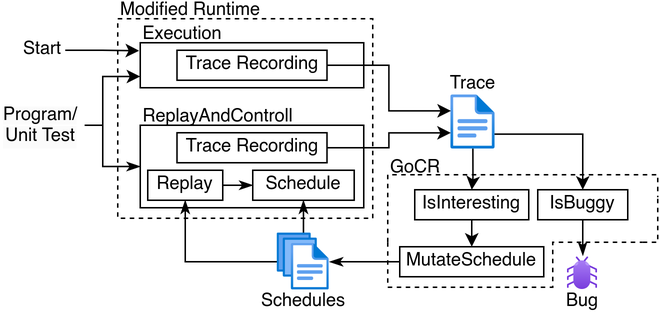
Before: doc/img/architecture/architecture.png, a diagram exported from draw.io (ErikKassubek/ADVOCATE). Source tidied: cells renumbered, new cells last; positions are measured from the earlier drawing's top-left corner, leaving out a move shared by most shapes.
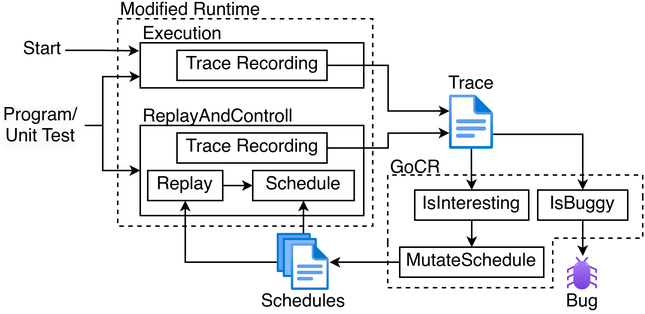
The same file after the commit.

Diff of the diagram source:
```diff
@@ -3,12 +3,12 @@
     <mxCell id="0" />
     <mxCell id="1" parent="0" />
     <mxCell id="2" style="rounded=0;whiteSpace=wrap;html=1;dashed=1;" parent="1" vertex="1">
-      <mxGeometry x="78" y="10" width="170" height="133" as="geometry" />
+      <mxGeometry x="78" y="10" width="170" height="138" as="geometry" />
     </mxCell>
     <mxCell id="3" style="rounded=0;whiteSpace=wrap;html=1;" parent="1" vertex="1">
-      <mxGeometry x="93" y="81" width="149" height="55" as="geometry" />
+      <mxGeometry x="93" y="81" width="149" height="60" as="geometry" />
     </mxCell>
-    <mxCell id="4" style="edgeStyle=orthogonalEdgeStyle;rounded=0;jettySize=auto;html=1;exitX=1;exitY=0.5;exitDx=0;exitDy=0;entryX=0;entryY=0.5;entryDx=0;entryDy=0;endArrow=classicThin;endFill=1;" parent="1" edge="1" source="5" target="6">
+    <mxCell id="4" style="edgeStyle=orthogonalEdgeStyle;rounded=0;jettySize=auto;html=1;exitX=1;exitY=0.5;exitDx=0;exitDy=0;entryX=0;entryY=0.5;entryDx=0;entryDy=0;endArrow=classic;endFill=1;strokeWidth=1;startSize=6;endSize=4;" parent="1" edge="1" source="5" target="6">
       <mxGeometry relative="1" as="geometry" />
     </mxCell>
     <mxCell id="5" value="Replay" style="rounded=0;whiteSpace=wrap;html=1;" parent="1" vertex="1">
@@ -20,30 +20,30 @@
     <mxCell id="7" value="Trace Recording" style="rounded=0;whiteSpace=wrap;html=1;" parent="1" vertex="1">
       <mxGeometry x="117.5" y="86" width="100" height="20" as="geometry" />
     </mxCell>
-    <mxCell id="8" style="edgeStyle=orthogonalEdgeStyle;rounded=0;jettySize=auto;html=1;exitX=0.428;exitY=0.04;exitDx=0;exitDy=0;entryX=0.5;entryY=1;entryDx=0;entryDy=0;exitPerimeter=0;endArrow=classicThin;endFill=1;" parent="1" edge="1" source="12" target="6">
+    <mxCell id="8" style="edgeStyle=orthogonalEdgeStyle;rounded=0;jettySize=auto;html=1;exitX=0.428;exitY=0.04;exitDx=0;exitDy=0;entryX=0.5;entryY=1;entryDx=0;entryDy=0;exitPerimeter=0;endArrow=classic;endFill=1;strokeWidth=1;startSize=6;endSize=4;" parent="1" edge="1" source="12" target="6">
       <mxGeometry relative="1" as="geometry" />
     </mxCell>
     <mxCell id="9" value="Trace" style="text;html=1;align=center;verticalAlign=middle;whiteSpace=wrap;rounded=0;" parent="1" vertex="1">
-      <mxGeometry x="297" y="46" width="36" height="16" as="geometry" />
+      <mxGeometry x="296" y="46" width="36" height="16" as="geometry" />
     </mxCell>
     <mxCell id="10" value="Bug" style="text;html=1;align=center;verticalAlign=middle;whiteSpace=wrap;rounded=0;" parent="1" vertex="1">
       <mxGeometry x="368" y="191" width="40" height="15" as="geometry" />
     </mxCell>
-    <mxCell id="11" style="edgeStyle=orthogonalEdgeStyle;rounded=0;jettySize=auto;html=1;entryX=0.5;entryY=1;entryDx=0;entryDy=0;endArrow=classicThin;endFill=1;" parent="1" edge="1" source="12" target="5">
+    <mxCell id="11" style="edgeStyle=orthogonalEdgeStyle;rounded=0;jettySize=auto;html=1;entryX=0.5;entryY=1;entryDx=0;entryDy=0;endArrow=classic;endFill=1;strokeWidth=1;startSize=6;endSize=4;" parent="1" edge="1" source="12" target="5">
       <mxGeometry relative="1" as="geometry" />
     </mxCell>
     <mxCell id="12" style="image;html=1;points=[];align=center;fontSize=12;image=img/lib/azure2/general/Files.svg;spacingBottom=-6;" parent="1" vertex="1">
       <mxGeometry x="184.4" y="153" width="34.7" height="38" as="geometry" />
     </mxCell>
-    <mxCell id="13" style="edgeStyle=orthogonalEdgeStyle;rounded=0;jettySize=auto;html=1;entryX=0;entryY=0.5;entryDx=0;entryDy=0;endArrow=classicThin;endFill=1;" parent="1" edge="1" source="15" target="3">
+    <mxCell id="13" style="edgeStyle=orthogonalEdgeStyle;rounded=0;jettySize=auto;html=1;entryX=0;entryY=0.5;entryDx=0;entryDy=0;endArrow=classic;endFill=1;strokeWidth=1;startSize=6;endSize=4;" parent="1" edge="1" source="15" target="3">
       <mxGeometry relative="1" as="geometry">
         <Array as="points">
           <mxPoint x="68" y="81" />
-          <mxPoint x="68" y="108" />
+          <mxPoint x="68" y="111" />
         </Array>
       </mxGeometry>
     </mxCell>
-    <mxCell id="14" style="edgeStyle=orthogonalEdgeStyle;rounded=0;jettySize=auto;html=1;exitX=1;exitY=0.5;exitDx=0;exitDy=0;entryX=0;entryY=0.75;entryDx=0;entryDy=0;" parent="1" edge="1" source="15" target="33">
+    <mxCell id="14" style="edgeStyle=orthogonalEdgeStyle;rounded=0;jettySize=auto;html=1;exitX=1;exitY=0.5;exitDx=0;exitDy=0;entryX=0;entryY=0.75;entryDx=0;entryDy=0;endArrow=classic;endFill=1;strokeWidth=1;startSize=6;endSize=4;" parent="1" edge="1" source="15" target="33">
       <mxGeometry relative="1" as="geometry">
         <Array as="points">
           <mxPoint x="68" y="81" />
@@ -60,80 +60,13 @@
     <mxCell id="17" value="Schedules" style="text;html=1;align=center;verticalAlign=middle;whiteSpace=wrap;rounded=0;" parent="1" vertex="1">
       <mxGeometry x="171.8" y="191" width="60" height="15" as="geometry" />
     </mxCell>
-    <mxCell id="18" style="edgeStyle=orthogonalEdgeStyle;rounded=0;jettySize=auto;html=1;exitX=0;exitY=0.5;exitDx=0;exitDy=0;entryX=1;entryY=0.501;entryDx=0;entryDy=0;entryPerimeter=0;endArrow=classicThin;endFill=1;" parent="1" edge="1" source="29" target="12">
+    <mxCell id="18" style="edgeStyle=orthogonalEdgeStyle;rounded=0;jettySize=auto;html=1;exitX=0;exitY=0.5;exitDx=0;exitDy=0;entryX=1;entryY=0.501;entryDx=0;entryDy=0;entryPerimeter=0;endArrow=classic;endFill=1;strokeWidth=1;startSize=6;endSize=4;" parent="1" edge="1" source="29" target="12">
       <mxGeometry relative="1" as="geometry" />
     </mxCell>
-    <mxCell id="19" style="group;" parent="1" vertex="1">
-      <mxGeometry x="258" y="114" width="180" height="79" as="geometry" />
-    </mxCell>
-    <mxCell id="20" style="endArrow=none;html=1;rounded=0;dashed=1;" parent="19" edge="1">
-      <mxGeometry relative="1" as="geometry">
-        <mxPoint x="20" as="sourcePoint" />
-        <mxPoint x="180" y="15" as="targetPoint" />
-        <Array as="points">
-          <mxPoint x="180" />
-        </Array>
-      </mxGeometry>
-    </mxCell>
-    <mxCell id="21" style="endArrow=none;html=1;rounded=0;dashed=1;" parent="19" edge="1">
-      <mxGeometry relative="1" as="geometry">
-        <mxPoint y="45" as="sourcePoint" />
-        <mxPoint x="20" as="targetPoint" />
-        <Array as="points">
-          <mxPoint />
-        </Array>
-      </mxGeometry>
-    </mxCell>
-    <mxCell id="22" style="endArrow=none;html=1;rounded=0;dashed=1;" parent="19" edge="1">
-      <mxGeometry relative="1" as="geometry">
-        <mxPoint y="45" as="sourcePoint" />
-        <mxPoint x="110" y="65" as="targetPoint" />
-        <Array as="points">
-          <mxPoint y="75" />
-          <mxPoint x="110" y="75" />
-        </Array>
-      </mxGeometry>
-    </mxCell>
-    <mxCell id="23" style="endArrow=none;html=1;rounded=0;dashed=1;" parent="19" edge="1">
-      <mxGeometry relative="1" as="geometry">
-        <mxPoint x="170" y="45" as="sourcePoint" />
-        <mxPoint x="180" y="15" as="targetPoint" />
-        <Array as="points">
-          <mxPoint x="180" y="45" />
-        </Array>
-      </mxGeometry>
-    </mxCell>
-    <mxCell id="24" style="endArrow=none;html=1;rounded=0;dashed=1;" parent="19" edge="1">
-      <mxGeometry relative="1" as="geometry">
-        <mxPoint x="110" y="65" as="sourcePoint" />
-        <mxPoint x="170" y="45" as="targetPoint" />
-        <Array as="points">
-          <mxPoint x="110" y="45" />
-        </Array>
-      </mxGeometry>
-    </mxCell>
-    <mxCell id="25" value="IsBuggy" style="rounded=0;whiteSpace=wrap;html=1;" parent="19" vertex="1">
-      <mxGeometry x="100" y="10" width="60" height="20" as="geometry" />
-    </mxCell>
-    <mxCell id="26" style="image;html=1;points=[];align=center;fontSize=12;image=img/lib/azure2/general/Bug.svg;" parent="19" vertex="1">
-      <mxGeometry x="120" y="55" width="20" height="21.7" as="geometry" />
-    </mxCell>
-    <mxCell id="27" style="edgeStyle=orthogonalEdgeStyle;rounded=0;jettySize=auto;html=1;endArrow=classicThin;endFill=1;entryX=0.504;entryY=-0.051;entryDx=0;entryDy=0;entryPerimeter=0;" parent="19" edge="1" source="25" target="26">
-      <mxGeometry relative="1" as="geometry" />
-    </mxCell>
-    <mxCell id="28" value="IsInteresting" style="rounded=0;whiteSpace=wrap;html=1;" parent="19" vertex="1">
-      <mxGeometry x="18" y="10" width="76" height="20" as="geometry" />
-    </mxCell>
-    <mxCell id="29" value="MutateSchedule" style="rounded=0;whiteSpace=wrap;html=1;" parent="19" vertex="1">
-      <mxGeometry x="8" y="48" width="96" height="20" as="geometry" />
-    </mxCell>
-    <mxCell id="30" style="edgeStyle=orthogonalEdgeStyle;rounded=0;jettySize=auto;html=1;exitX=0.5;exitY=1;exitDx=0;exitDy=0;entryX=0.5;entryY=0;entryDx=0;entryDy=0;" parent="19" edge="1" source="28" target="29">
-      <mxGeometry relative="1" as="geometry" />
-    </mxCell>
     <mxCell id="31" value="GoCR" style="text;html=1;align=left;verticalAlign=middle;whiteSpace=wrap;rounded=0;" parent="1" vertex="1">
       <mxGeometry x="258" y="103" width="47.4" height="14" as="geometry" />
     </mxCell>
-    <mxCell id="32" style="edgeStyle=orthogonalEdgeStyle;rounded=0;jettySize=auto;html=1;exitX=0.492;exitY=0.988;exitDx=0;exitDy=0;entryX=0.5;entryY=0;entryDx=0;entryDy=0;exitPerimeter=0;" parent="1" edge="1" source="40" target="28">
+    <mxCell id="32" style="edgeStyle=orthogonalEdgeStyle;rounded=0;jettySize=auto;html=1;exitX=0.492;exitY=0.988;exitDx=0;exitDy=0;entryX=0.5;entryY=0;entryDx=0;entryDy=0;exitPerimeter=0;endArrow=classic;endFill=1;strokeWidth=1;startSize=6;endSize=4;" parent="1" edge="1" source="40" target="28">
       <mxGeometry relative="1" as="geometry">
         <Array as="points">
           <mxPoint x="314" y="116" />
@@ -149,7 +82,7 @@
     <mxCell id="35" value="Execution" style="text;html=1;align=left;verticalAlign=middle;whiteSpace=wrap;rounded=0;" parent="1" vertex="1">
       <mxGeometry x="93" y="16" width="60" height="10" as="geometry" />
     </mxCell>
-    <mxCell id="36" style="edgeStyle=orthogonalEdgeStyle;rounded=0;jettySize=auto;html=1;exitX=1;exitY=0.5;exitDx=0;exitDy=0;" parent="1" edge="1" source="37">
+    <mxCell id="36" style="edgeStyle=orthogonalEdgeStyle;rounded=0;jettySize=auto;html=1;exitX=1;exitY=0.5;exitDx=0;exitDy=0;endArrow=classic;endFill=1;strokeWidth=1;startSize=6;endSize=4;" parent="1" edge="1" source="37">
       <mxGeometry relative="1" as="geometry">
         <mxPoint x="92.3" y="31.3" as="targetPoint" />
       </mxGeometry>
@@ -157,7 +90,7 @@
     <mxCell id="37" value="Start" style="text;html=1;align=center;verticalAlign=middle;whiteSpace=wrap;rounded=0;" parent="1" vertex="1">
       <mxGeometry x="13" y="16" width="30" height="30" as="geometry" />
     </mxCell>
-    <mxCell id="38" style="edgeStyle=orthogonalEdgeStyle;rounded=0;jettySize=auto;html=1;exitX=0.973;exitY=0.719;exitDx=0;exitDy=0;entryX=0.5;entryY=0;entryDx=0;entryDy=0;exitPerimeter=0;" parent="1" edge="1" source="40" target="25">
+    <mxCell id="38" style="edgeStyle=orthogonalEdgeStyle;rounded=0;jettySize=auto;html=1;exitX=0.973;exitY=0.719;exitDx=0;exitDy=0;entryX=0.5;entryY=0;entryDx=0;entryDy=0;exitPerimeter=0;endArrow=classic;endFill=1;strokeWidth=1;startSize=6;endSize=4;" parent="1" edge="1" source="40" target="25">
       <mxGeometry relative="1" as="geometry">
         <Array as="points">
           <mxPoint x="388" y="87" />
@@ -168,13 +101,77 @@
       <mxGeometry x="78" width="120" height="10" as="geometry" />
     </mxCell>
     <mxCell id="40" style="image;html=1;points=[];align=center;fontSize=12;image=img/lib/azure2/general/File.svg;" parent="1" vertex="1">
-      <mxGeometry x="300" y="61" width="30" height="36" as="geometry" />
+      <mxGeometry x="299" y="61" width="30" height="36" as="geometry" />
     </mxCell>
-    <mxCell id="41" style="edgeStyle=orthogonalEdgeStyle;rounded=0;jettySize=auto;html=1;exitX=1;exitY=0.5;exitDx=0;exitDy=0;entryX=0.005;entryY=0.289;entryDx=0;entryDy=0;entryPerimeter=0;" parent="1" edge="1" source="34" target="40">
+    <mxCell id="41" style="edgeStyle=orthogonalEdgeStyle;rounded=0;jettySize=auto;html=1;exitX=1;exitY=0.5;exitDx=0;exitDy=0;entryX=0.005;entryY=0.289;entryDx=0;entryDy=0;entryPerimeter=0;endArrow=classic;endFill=1;strokeWidth=1;startSize=6;endSize=4;" parent="1" edge="1" source="34" target="40">
       <mxGeometry relative="1" as="geometry" />
     </mxCell>
-    <mxCell id="42" style="edgeStyle=orthogonalEdgeStyle;rounded=0;jettySize=auto;html=1;exitX=1;exitY=0.5;exitDx=0;exitDy=0;entryX=0.002;entryY=0.696;entryDx=0;entryDy=0;entryPerimeter=0;" parent="1" edge="1" source="7" target="40">
+    <mxCell id="42" style="edgeStyle=orthogonalEdgeStyle;rounded=0;jettySize=auto;html=1;exitX=1;exitY=0.5;exitDx=0;exitDy=0;entryX=0.002;entryY=0.696;entryDx=0;entryDy=0;entryPerimeter=0;endArrow=classic;endFill=1;strokeWidth=1;startSize=6;endSize=4;" parent="1" edge="1" source="7" target="40">
       <mxGeometry relative="1" as="geometry" />
     </mxCell>
+    <mxCell id="20" style="endArrow=none;html=1;rounded=0;dashed=1;" parent="1" edge="1">
+      <mxGeometry relative="1" as="geometry">
+        <mxPoint x="278" y="114" as="sourcePoint" />
+        <mxPoint x="428" y="129" as="targetPoint" />
+        <Array as="points">
+          <mxPoint x="428" y="114" />
+        </Array>
+      </mxGeometry>
+    </mxCell>
+    <mxCell id="21" style="endArrow=none;html=1;rounded=0;dashed=1;" parent="1" edge="1">
+      <mxGeometry relative="1" as="geometry">
+        <mxPoint x="258" y="159" as="sourcePoint" />
+        <mxPoint x="278" y="114" as="targetPoint" />
+        <Array as="points">
+          <mxPoint x="258" y="114" />
+        </Array>
+      </mxGeometry>
+    </mxCell>
+    <mxCell id="22" style="endArrow=none;html=1;rounded=0;dashed=1;" parent="1" edge="1">
+      <mxGeometry relative="1" as="geometry">
+        <mxPoint x="258" y="159" as="sourcePoint" />
+        <mxPoint x="368" y="179" as="targetPoint" />
+        <Array as="points">
+          <mxPoint x="258" y="189" />
+          <mxPoint x="368" y="189" />
+        </Array>
+      </mxGeometry>
+    </mxCell>
+    <mxCell id="24" style="endArrow=none;html=1;rounded=0;dashed=1;" parent="1" edge="1">
+      <mxGeometry relative="1" as="geometry">
+        <mxPoint x="368" y="179" as="sourcePoint" />
+        <mxPoint x="408" y="156" as="targetPoint" />
+        <Array as="points">
+          <mxPoint x="368" y="156" />
+        </Array>
+      </mxGeometry>
+    </mxCell>
+    <mxCell id="25" value="IsBuggy" style="rounded=0;whiteSpace=wrap;html=1;" parent="1" vertex="1">
+      <mxGeometry x="358" y="124" width="60" height="20" as="geometry" />
+    </mxCell>
+    <mxCell id="26" style="image;html=1;points=[];align=center;fontSize=12;image=img/lib/azure2/general/Bug.svg;" parent="1" vertex="1">
+      <mxGeometry x="378" y="169" width="20" height="21.7" as="geometry" />
+    </mxCell>
+    <mxCell id="27" style="edgeStyle=orthogonalEdgeStyle;rounded=0;jettySize=auto;html=1;endArrow=classic;endFill=1;entryX=0.504;entryY=-0.051;entryDx=0;entryDy=0;entryPerimeter=0;strokeWidth=1;startSize=6;endSize=4;" parent="1" edge="1" source="25" target="26">
+      <mxGeometry relative="1" as="geometry" />
+    </mxCell>
+    <mxCell id="28" value="IsInteresting" style="rounded=0;whiteSpace=wrap;html=1;" parent="1" vertex="1">
+      <mxGeometry x="276" y="124" width="76" height="20" as="geometry" />
+    </mxCell>
+    <mxCell id="29" value="MutateSchedule" style="rounded=0;whiteSpace=wrap;html=1;" parent="1" vertex="1">
+      <mxGeometry x="266" y="162" width="96" height="20" as="geometry" />
+    </mxCell>
+    <mxCell id="30" style="edgeStyle=orthogonalEdgeStyle;rounded=0;jettySize=auto;html=1;exitX=0.5;exitY=1;exitDx=0;exitDy=0;entryX=0.5;entryY=0;entryDx=0;entryDy=0;endArrow=classic;endFill=1;strokeWidth=1;startSize=6;endSize=4;" parent="1" edge="1" source="28" target="29">
+      <mxGeometry relative="1" as="geometry" />
+    </mxCell>
+    <mxCell id="43" style="endArrow=none;html=1;rounded=0;dashed=1;" parent="1" edge="1">
+      <mxGeometry relative="1" as="geometry">
+        <mxPoint x="411" y="156" as="sourcePoint" />
+        <mxPoint x="428" y="129" as="targetPoint" />
+        <Array as="points">
+          <mxPoint x="428" y="156" />
+        </Array>
+      </mxGeometry>
+    </mxCell>
   </root>
 </mxGraphModel>
```
